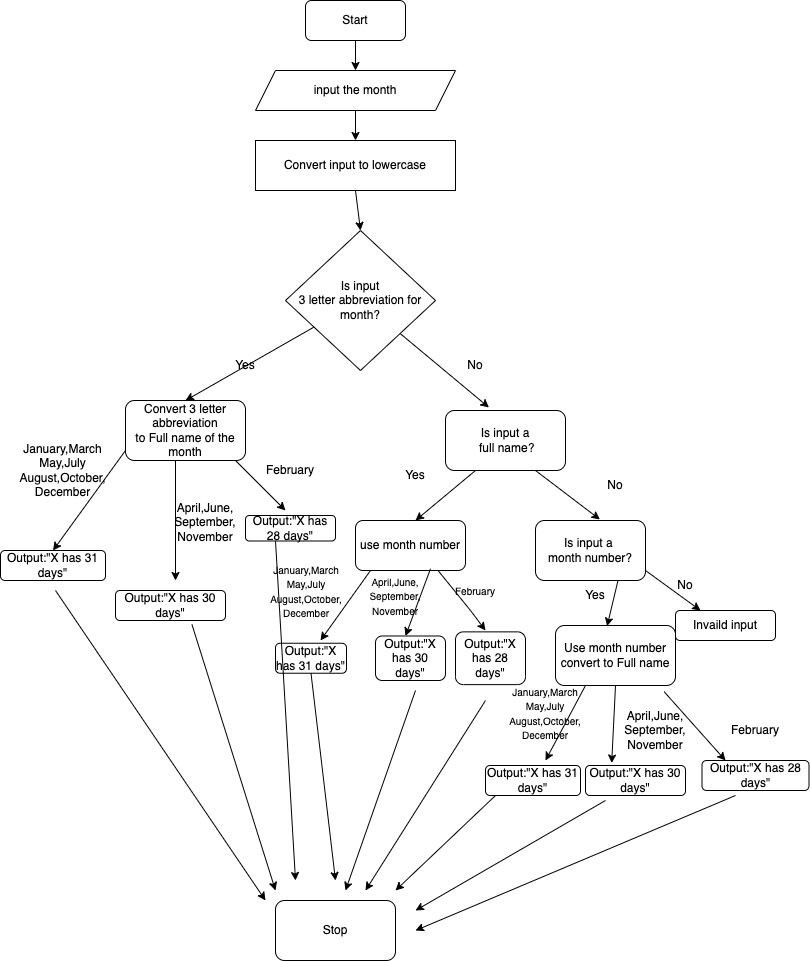
Before: NEU/Flowchart.drawio.png, a diagram exported from draw.io (thisissophiawang/coursera-course-projects). Source tidied: cells renumbered, new cells last; positions are measured from the earlier drawing's top-left corner, leaving out a move shared by most shapes.
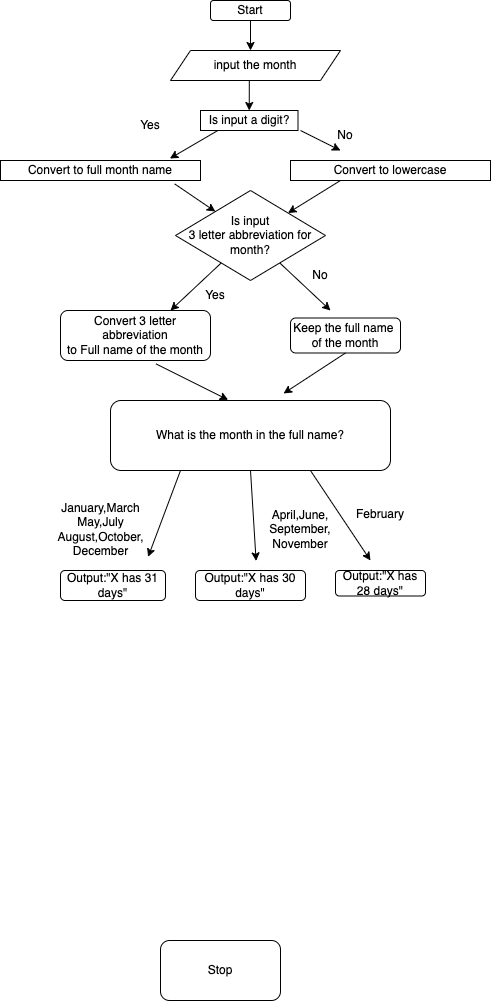
The same diagram one commit later.

The edit, as a diff of the source:
```diff
@@ -2,246 +2,122 @@
   <root>
     <mxCell id="0" />
     <mxCell id="1" parent="0" />
+    <mxCell id="64" style="edgeStyle=orthogonalEdgeStyle;rounded=0;jettySize=auto;html=1;exitX=0.5;exitY=1;exitDx=0;exitDy=0;" parent="1" edge="1" source="2">
+      <mxGeometry relative="1" as="geometry">
+        <mxPoint x="365" y="10" as="targetPoint" />
+      </mxGeometry>
+    </mxCell>
     <mxCell id="2" value="Start" style="rounded=1;whiteSpace=wrap;html=1;" parent="1" vertex="1">
-      <mxGeometry x="305" width="100" height="40" as="geometry" />
+      <mxGeometry x="325" y="-40" width="80" height="20" as="geometry" />
     </mxCell>
+    <mxCell id="65" style="edgeStyle=orthogonalEdgeStyle;rounded=0;jettySize=auto;html=1;exitX=0.5;exitY=1;exitDx=0;exitDy=0;entryX=0.5;entryY=0;entryDx=0;entryDy=0;" parent="1" edge="1" source="3" target="66">
+      <mxGeometry relative="1" as="geometry" />
+    </mxCell>
     <mxCell id="3" value="input the month" style="shape=parallelogram;perimeter=parallelogramPerimeter;whiteSpace=wrap;html=1;fixedSize=1;" parent="1" vertex="1">
-      <mxGeometry x="255" y="70" width="200" height="40" as="geometry" />
+      <mxGeometry x="285" y="10" width="170" height="30" as="geometry" />
     </mxCell>
-    <mxCell id="4" style="endArrow=classic;html=1;rounded=0;entryX=0.5;entryY=0;entryDx=0;entryDy=0;" parent="1" edge="1" source="2" target="3">
-      <mxGeometry relative="1" as="geometry" />
-    </mxCell>
-    <mxCell id="5" value="Convert input to lowercase" style="rounded=0;whiteSpace=wrap;html=1;" parent="1" vertex="1">
-      <mxGeometry x="255" y="140" width="200" height="50" as="geometry" />
-    </mxCell>
     <mxCell id="6" value="Is input &lt;br&gt;3 letter abbreviation for&lt;br&gt;month?" style="rhombus;whiteSpace=wrap;html=1;" parent="1" vertex="1">
-      <mxGeometry x="285" y="230" width="150" height="140" as="geometry" />
+      <mxGeometry x="290" y="150" width="150" height="90" as="geometry" />
     </mxCell>
-    <mxCell id="7" style="endArrow=classic;html=1;rounded=0;exitX=0.5;exitY=1;exitDx=0;exitDy=0;entryX=0.5;entryY=0;entryDx=0;entryDy=0;" parent="1" edge="1" source="3" target="5">
-      <mxGeometry relative="1" as="geometry" />
-    </mxCell>
     <mxCell id="8" value="Convert 3 letter abbreviation&lt;br&gt;to Full name of the month" style="rounded=1;whiteSpace=wrap;html=1;" parent="1" vertex="1">
-      <mxGeometry x="125" y="400" width="120" height="60" as="geometry" />
+      <mxGeometry x="175" y="270" width="150" height="50" as="geometry" />
     </mxCell>
-    <mxCell id="9" style="endArrow=classic;html=1;rounded=0;entryX=0.5;entryY=0;entryDx=0;entryDy=0;" parent="1" edge="1" source="6" target="8">
-      <mxGeometry relative="1" as="geometry" />
+    <mxCell id="9" style="endArrow=classic;html=1;rounded=0;" parent="1" edge="1" source="6">
+      <mxGeometry relative="1" as="geometry">
+        <mxPoint x="285" y="270" as="targetPoint" />
+      </mxGeometry>
     </mxCell>
     <mxCell id="10" value="Yes" style="text;html=1;strokeColor=none;fillColor=none;align=center;verticalAlign=middle;whiteSpace=wrap;rounded=0;" parent="1" vertex="1">
-      <mxGeometry x="215" y="350" width="60" height="30" as="geometry" />
+      <mxGeometry x="300" y="240" width="60" height="30" as="geometry" />
     </mxCell>
-    <mxCell id="11" value="Is input a&lt;br&gt;&amp;nbsp;full&amp;nbsp;name?" style="rounded=1;whiteSpace=wrap;html=1;" parent="1" vertex="1">
-      <mxGeometry x="445" y="410" width="120" height="60" as="geometry" />
+    <mxCell id="11" value="Keep the full name&amp;nbsp;&lt;br&gt;of the month" style="rounded=1;whiteSpace=wrap;html=1;" parent="1" vertex="1">
+      <mxGeometry x="405" y="277.5" width="110" height="35" as="geometry" />
     </mxCell>
-    <mxCell id="12" style="endArrow=classic;html=1;rounded=0;entryX=0.362;entryY=-0.05;entryDx=0;entryDy=0;entryPerimeter=0;" parent="1" edge="1" source="6" target="11">
-      <mxGeometry relative="1" as="geometry" />
+    <mxCell id="12" style="endArrow=classic;html=1;rounded=0;" parent="1" edge="1" source="6">
+      <mxGeometry relative="1" as="geometry">
+        <mxPoint x="445" y="270" as="targetPoint" />
+      </mxGeometry>
     </mxCell>
     <mxCell id="13" value="No" style="text;html=1;strokeColor=none;fillColor=none;align=center;verticalAlign=middle;whiteSpace=wrap;rounded=0;" parent="1" vertex="1">
-      <mxGeometry x="445" y="350" width="60" height="30" as="geometry" />
+      <mxGeometry x="405" y="220" width="60" height="30" as="geometry" />
     </mxCell>
-    <mxCell id="14" value="use month number" style="rounded=1;whiteSpace=wrap;html=1;" parent="1" vertex="1">
-      <mxGeometry x="355" y="520" width="110" height="50" as="geometry" />
-    </mxCell>
-    <mxCell id="15" value="Is input a&amp;nbsp;&lt;br&gt;month number?" style="rounded=1;whiteSpace=wrap;html=1;" parent="1" vertex="1">
-      <mxGeometry x="535" y="520" width="110" height="60" as="geometry" />
-    </mxCell>
-    <mxCell id="16" style="endArrow=classic;html=1;rounded=0;" parent="1" edge="1">
-      <mxGeometry relative="1" as="geometry">
-        <mxPoint x="475" y="470" as="sourcePoint" />
-        <mxPoint x="415" y="520" as="targetPoint" />
-      </mxGeometry>
-    </mxCell>
-    <mxCell id="17" style="endArrow=classic;html=1;rounded=0;entryX=0.585;entryY=-0.017;entryDx=0;entryDy=0;entryPerimeter=0;" parent="1" edge="1" target="15">
-      <mxGeometry relative="1" as="geometry">
-        <mxPoint x="535" y="470" as="sourcePoint" />
-      </mxGeometry>
-    </mxCell>
-    <mxCell id="18" style="endArrow=classic;html=1;rounded=0;exitX=0.5;exitY=1;exitDx=0;exitDy=0;entryX=0.5;entryY=0;entryDx=0;entryDy=0;" parent="1" edge="1" source="5" target="6">
-      <mxGeometry relative="1" as="geometry" />
-    </mxCell>
-    <mxCell id="19" value="Yes" style="text;html=1;strokeColor=none;fillColor=none;align=center;verticalAlign=middle;whiteSpace=wrap;rounded=0;" parent="1" vertex="1">
-      <mxGeometry x="385" y="460" width="60" height="30" as="geometry" />
-    </mxCell>
-    <mxCell id="20" value="No" style="text;html=1;strokeColor=none;fillColor=none;align=center;verticalAlign=middle;whiteSpace=wrap;rounded=0;" parent="1" vertex="1">
-      <mxGeometry x="585" y="470" width="60" height="30" as="geometry" />
-    </mxCell>
-    <mxCell id="21" value="Use month number&lt;br&gt;convert to Full name" style="rounded=1;whiteSpace=wrap;html=1;" parent="1" vertex="1">
-      <mxGeometry x="555" y="625" width="120" height="60" as="geometry" />
-    </mxCell>
-    <mxCell id="22" value="Invaild input" style="rounded=1;whiteSpace=wrap;html=1;" parent="1" vertex="1">
-      <mxGeometry x="675" y="610" width="100" height="30" as="geometry" />
-    </mxCell>
-    <mxCell id="23" style="endArrow=classic;html=1;rounded=0;entryX=0.43;entryY=0.01;entryDx=0;entryDy=0;entryPerimeter=0;exitX=0.75;exitY=1;exitDx=0;exitDy=0;" parent="1" edge="1" source="15" target="21">
-      <mxGeometry relative="1" as="geometry" />
-    </mxCell>
-    <mxCell id="24" style="endArrow=classic;html=1;rounded=0;entryX=0.25;entryY=0;entryDx=0;entryDy=0;" parent="1" edge="1" target="22">
-      <mxGeometry relative="1" as="geometry">
-        <mxPoint x="645" y="570" as="sourcePoint" />
-      </mxGeometry>
-    </mxCell>
-    <mxCell id="25" style="endArrow=classic;html=1;rounded=0;exitX=0.25;exitY=1;exitDx=0;exitDy=0;" parent="1" edge="1" source="21">
-      <mxGeometry relative="1" as="geometry">
-        <mxPoint x="545" y="760" as="targetPoint" />
-      </mxGeometry>
-    </mxCell>
-    <mxCell id="26" style="endArrow=classic;html=1;rounded=0;exitX=0.5;exitY=1;exitDx=0;exitDy=0;entryX=0.135;entryY=1.086;entryDx=0;entryDy=0;entryPerimeter=0;" parent="1" edge="1" source="21" target="43">
-      <mxGeometry relative="1" as="geometry" />
-    </mxCell>
-    <mxCell id="27" value="Output:&quot;X has 31 days&quot;" style="rounded=1;whiteSpace=wrap;html=1;" parent="1" vertex="1">
-      <mxGeometry x="485" y="765" width="95" height="30" as="geometry" />
-    </mxCell>
-    <mxCell id="28" value="Output:&quot;X has 30 days&quot;" style="rounded=1;whiteSpace=wrap;html=1;" parent="1" vertex="1">
-      <mxGeometry x="585" y="765" width="100" height="30" as="geometry" />
-    </mxCell>
-    <mxCell id="29" style="endArrow=classic;html=1;rounded=0;exitX=0.905;exitY=1.103;exitDx=0;exitDy=0;exitPerimeter=0;" parent="1" edge="1" source="21">
-      <mxGeometry relative="1" as="geometry">
-        <mxPoint x="725" y="760" as="targetPoint" />
-      </mxGeometry>
-    </mxCell>
-    <mxCell id="30" value="Output:&quot;X has 28 days&quot;" style="rounded=1;whiteSpace=wrap;html=1;" parent="1" vertex="1">
-      <mxGeometry x="701.5" y="760" width="107" height="30" as="geometry" />
-    </mxCell>
-    <mxCell id="31" value="No" style="text;html=1;strokeColor=none;fillColor=none;align=center;verticalAlign=middle;whiteSpace=wrap;rounded=0;" parent="1" vertex="1">
-      <mxGeometry x="655" y="570" width="60" height="30" as="geometry" />
-    </mxCell>
-    <mxCell id="32" value="Yes" style="text;html=1;strokeColor=none;fillColor=none;align=center;verticalAlign=middle;whiteSpace=wrap;rounded=0;" parent="1" vertex="1">
-      <mxGeometry x="565" y="580" width="60" height="30" as="geometry" />
-    </mxCell>
-    <mxCell id="33" style="endArrow=classic;html=1;rounded=0;entryX=0.5;entryY=0;entryDx=0;entryDy=0;" parent="1" edge="1" target="35">
-      <mxGeometry relative="1" as="geometry">
-        <mxPoint x="125" y="450" as="sourcePoint" />
-      </mxGeometry>
-    </mxCell>
-    <mxCell id="34" style="endArrow=classic;html=1;rounded=0;exitX=0.5;exitY=1;exitDx=0;exitDy=0;" parent="1" edge="1">
-      <mxGeometry relative="1" as="geometry">
-        <mxPoint x="175" y="460" as="sourcePoint" />
-        <mxPoint x="175" y="580" as="targetPoint" />
-      </mxGeometry>
-    </mxCell>
     <mxCell id="35" value="Output:&quot;X has 31 days&quot;" style="rounded=1;whiteSpace=wrap;html=1;" parent="1" vertex="1">
-      <mxGeometry y="550" width="105" height="30" as="geometry" />
+      <mxGeometry x="175" y="530" width="105" height="30" as="geometry" />
     </mxCell>
     <mxCell id="36" value="Output:&quot;X has 30 days&quot;" style="rounded=1;whiteSpace=wrap;html=1;" parent="1" vertex="1">
-      <mxGeometry x="115" y="590" width="110" height="30" as="geometry" />
+      <mxGeometry x="310" y="530" width="110" height="30" as="geometry" />
     </mxCell>
     <mxCell id="37" value="April,June,&lt;br&gt;September,&lt;br&gt;November" style="text;html=1;strokeColor=none;fillColor=none;align=center;verticalAlign=middle;whiteSpace=wrap;rounded=0;" parent="1" vertex="1">
-      <mxGeometry x="145" y="494.5" width="120" height="55.5" as="geometry" />
+      <mxGeometry x="355" y="461.2" width="120" height="55.5" as="geometry" />
     </mxCell>
     <mxCell id="38" value="January,March&lt;br&gt;May,July&lt;br&gt;August,October,&lt;br&gt;December" style="text;html=1;strokeColor=none;fillColor=none;align=center;verticalAlign=middle;whiteSpace=wrap;rounded=0;" parent="1" vertex="1">
-      <mxGeometry x="5" y="440" width="115" height="60" as="geometry" />
+      <mxGeometry x="157.5" y="459" width="115" height="60" as="geometry" />
     </mxCell>
     <mxCell id="39" value="Output:&quot;X has 28 days&quot;" style="rounded=1;whiteSpace=wrap;html=1;" parent="1" vertex="1">
-      <mxGeometry x="245" y="515" width="90" height="25.5" as="geometry" />
+      <mxGeometry x="450" y="530" width="90" height="25.5" as="geometry" />
     </mxCell>
-    <mxCell id="40" style="endArrow=classic;html=1;rounded=0;" parent="1" edge="1">
+    <mxCell id="40" style="endArrow=classic;html=1;rounded=0;exitX=0.714;exitY=1;exitDx=0;exitDy=0;exitPerimeter=0;" parent="1" edge="1" source="75">
       <mxGeometry relative="1" as="geometry">
-        <mxPoint x="235" y="460" as="sourcePoint" />
-        <mxPoint x="285" y="510" as="targetPoint" />
+        <mxPoint x="485" y="520" as="targetPoint" />
       </mxGeometry>
     </mxCell>
-    <mxCell id="41" value="&lt;font style=&quot;font-size: 10px;&quot;&gt;February&lt;/font&gt;" style="text;html=1;strokeColor=none;fillColor=none;align=center;verticalAlign=middle;whiteSpace=wrap;rounded=0;" parent="1" vertex="1">
-      <mxGeometry x="445" y="575.7" width="60" height="30" as="geometry" />
-    </mxCell>
-    <mxCell id="42" value="&lt;font style=&quot;font-size: 10px;&quot;&gt;January,March&lt;br&gt;May,July&lt;br&gt;August,October,&lt;br&gt;December&lt;/font&gt;" style="text;html=1;strokeColor=none;fillColor=none;align=center;verticalAlign=middle;whiteSpace=wrap;rounded=0;" parent="1" vertex="1">
-      <mxGeometry x="495" y="690" width="100" height="45" as="geometry" />
-    </mxCell>
-    <mxCell id="43" value="April,June,&lt;br&gt;September,&lt;br&gt;November" style="text;html=1;strokeColor=none;fillColor=none;align=center;verticalAlign=middle;whiteSpace=wrap;rounded=0;" parent="1" vertex="1">
-      <mxGeometry x="595" y="702.2" width="120" height="55.5" as="geometry" />
-    </mxCell>
-    <mxCell id="44" value="February" style="text;html=1;strokeColor=none;fillColor=none;align=center;verticalAlign=middle;whiteSpace=wrap;rounded=0;" parent="1" vertex="1">
-      <mxGeometry x="725" y="715" width="60" height="30" as="geometry" />
-    </mxCell>
-    <mxCell id="45" value="Output:&quot;X has 28 days&quot;" style="rounded=1;whiteSpace=wrap;html=1;" parent="1" vertex="1">
-      <mxGeometry x="455" y="631.4" width="70" height="52.8" as="geometry" />
-    </mxCell>
-    <mxCell id="46" style="endArrow=classic;html=1;rounded=0;exitX=0.75;exitY=1;exitDx=0;exitDy=0;" parent="1" edge="1" source="14">
-      <mxGeometry relative="1" as="geometry">
-        <mxPoint x="485" y="630" as="targetPoint" />
-        <Array as="points">
-          <mxPoint x="470" y="610" />
-        </Array>
-      </mxGeometry>
-    </mxCell>
-    <mxCell id="47" value="Output:&quot;X has 30 days&quot;" style="rounded=1;whiteSpace=wrap;html=1;" parent="1" vertex="1">
-      <mxGeometry x="375" y="635.5" width="70" height="44.5" as="geometry" />
-    </mxCell>
-    <mxCell id="48" style="endArrow=classic;html=1;rounded=0;exitX=0.5;exitY=1;exitDx=0;exitDy=0;" parent="1" edge="1">
-      <mxGeometry relative="1" as="geometry">
-        <mxPoint x="430" y="568.2" as="sourcePoint" />
-        <mxPoint x="405" y="635.5" as="targetPoint" />
-      </mxGeometry>
-    </mxCell>
-    <mxCell id="49" value="&lt;font style=&quot;font-size: 10px;&quot;&gt;April,June,&lt;br&gt;September,&lt;br&gt;November&lt;/font&gt;" style="text;html=1;strokeColor=none;fillColor=none;align=center;verticalAlign=middle;whiteSpace=wrap;rounded=0;" parent="1" vertex="1">
-      <mxGeometry x="360" y="580" width="70" height="31.4" as="geometry" />
-    </mxCell>
-    <mxCell id="50" value="Output:&quot;X has 31 days&quot;" style="rounded=1;whiteSpace=wrap;html=1;" parent="1" vertex="1">
-      <mxGeometry x="275" y="642.7" width="71" height="30" as="geometry" />
-    </mxCell>
-    <mxCell id="51" value="&lt;font style=&quot;font-size: 10px;&quot;&gt;January,March&lt;br&gt;May,July&lt;br&gt;August,October,&lt;br&gt;December&lt;/font&gt;" style="text;html=1;strokeColor=none;fillColor=none;align=center;verticalAlign=middle;whiteSpace=wrap;rounded=0;" parent="1" vertex="1">
-      <mxGeometry x="265" y="570" width="82" height="41.4" as="geometry" />
-    </mxCell>
-    <mxCell id="52" style="endArrow=classic;html=1;rounded=0;" parent="1" edge="1">
-      <mxGeometry relative="1" as="geometry">
-        <mxPoint x="370" y="570" as="sourcePoint" />
-        <mxPoint x="320" y="640" as="targetPoint" />
-      </mxGeometry>
-    </mxCell>
     <mxCell id="53" value="Stop" style="rounded=1;whiteSpace=wrap;html=1;" parent="1" vertex="1">
       <mxGeometry x="275" y="900" width="120" height="60" as="geometry" />
     </mxCell>
     <mxCell id="54" value="February" style="text;html=1;strokeColor=none;fillColor=none;align=center;verticalAlign=middle;whiteSpace=wrap;rounded=0;" parent="1" vertex="1">
-      <mxGeometry x="260" y="455" width="60" height="30" as="geometry" />
+      <mxGeometry x="465" y="459" width="60" height="30" as="geometry" />
     </mxCell>
-    <mxCell id="55" style="endArrow=classic;html=1;rounded=0;" parent="1" edge="1">
-      <mxGeometry relative="1" as="geometry">
-        <mxPoint x="55" y="590" as="sourcePoint" />
-        <mxPoint x="265" y="900" as="targetPoint" />
-      </mxGeometry>
-    </mxCell>
-    <mxCell id="56" style="endArrow=classic;html=1;rounded=0;exitX=0.695;exitY=1.133;exitDx=0;exitDy=0;exitPerimeter=0;" parent="1" edge="1" source="36">
-      <mxGeometry relative="1" as="geometry">
-        <mxPoint x="275" y="890" as="targetPoint" />
-      </mxGeometry>
-    </mxCell>
-    <mxCell id="57" style="endArrow=classic;html=1;rounded=0;exitX=0.5;exitY=1;exitDx=0;exitDy=0;" parent="1" edge="1" source="50">
-      <mxGeometry relative="1" as="geometry">
-        <mxPoint x="335" y="880" as="targetPoint" />
-      </mxGeometry>
-    </mxCell>
-    <mxCell id="58" style="endArrow=classic;html=1;rounded=0;" parent="1" edge="1">
-      <mxGeometry relative="1" as="geometry">
-        <mxPoint x="275" y="540.5" as="sourcePoint" />
-        <mxPoint x="295" y="880" as="targetPoint" />
-      </mxGeometry>
-    </mxCell>
-    <mxCell id="59" style="endArrow=classic;html=1;rounded=0;" parent="1" edge="1">
-      <mxGeometry relative="1" as="geometry">
-        <mxPoint x="415" y="690" as="sourcePoint" />
-        <mxPoint x="345" y="890" as="targetPoint" />
-      </mxGeometry>
-    </mxCell>
-    <mxCell id="60" style="endArrow=classic;html=1;rounded=0;" parent="1" edge="1">
-      <mxGeometry relative="1" as="geometry">
-        <mxPoint x="485" y="700" as="sourcePoint" />
-        <mxPoint x="365" y="890" as="targetPoint" />
-      </mxGeometry>
-    </mxCell>
-    <mxCell id="61" style="endArrow=classic;html=1;rounded=0;" parent="1" edge="1">
-      <mxGeometry relative="1" as="geometry">
-        <mxPoint x="495" y="795" as="sourcePoint" />
-        <mxPoint x="395" y="890" as="targetPoint" />
-      </mxGeometry>
-    </mxCell>
-    <mxCell id="62" style="endArrow=classic;html=1;rounded=0;" parent="1" edge="1">
-      <mxGeometry relative="1" as="geometry">
-        <mxPoint x="605" y="800" as="sourcePoint" />
-        <mxPoint x="415" y="910" as="targetPoint" />
-      </mxGeometry>
-    </mxCell>
-    <mxCell id="63" style="endArrow=classic;html=1;rounded=0;" parent="1" edge="1">
-      <mxGeometry relative="1" as="geometry">
-        <mxPoint x="735" y="795" as="sourcePoint" />
-        <mxPoint x="415" y="930" as="targetPoint" />
-      </mxGeometry>
-    </mxCell>
+    <mxCell id="66" value="Is input a digit?" style="rounded=0;whiteSpace=wrap;html=1;" parent="1" vertex="1">
+      <mxGeometry x="315" y="70" width="97.5" height="20" as="geometry" />
+    </mxCell>
+    <mxCell id="67" value="Convert to full month name" style="rounded=0;whiteSpace=wrap;html=1;" parent="1" vertex="1">
+      <mxGeometry x="115" y="120" width="200" height="20" as="geometry" />
+    </mxCell>
+    <mxCell id="68" value="Convert to lowercase" style="rounded=0;whiteSpace=wrap;html=1;" parent="1" vertex="1">
+      <mxGeometry x="405" y="120" width="200" height="20" as="geometry" />
+    </mxCell>
+    <mxCell id="69" style="endArrow=classic;html=1;rounded=0;entryX=0.847;entryY=-0.1;entryDx=0;entryDy=0;entryPerimeter=0;exitX=0.178;exitY=1;exitDx=0;exitDy=0;exitPerimeter=0;" parent="1" edge="1" source="66" target="67">
+      <mxGeometry relative="1" as="geometry" />
+    </mxCell>
+    <mxCell id="70" style="endArrow=classic;html=1;rounded=0;" parent="1" edge="1">
+      <mxGeometry relative="1" as="geometry">
+        <mxPoint x="415" y="90" as="sourcePoint" />
+        <mxPoint x="455" y="110" as="targetPoint" />
+        <Array as="points">
+          <mxPoint x="435" y="100" />
+        </Array>
+      </mxGeometry>
+    </mxCell>
+    <mxCell id="71" value="Yes" style="text;html=1;strokeColor=none;fillColor=none;align=center;verticalAlign=middle;whiteSpace=wrap;rounded=0;" parent="1" vertex="1">
+      <mxGeometry x="235" y="70" width="60" height="30" as="geometry" />
+    </mxCell>
+    <mxCell id="72" value="No" style="text;html=1;strokeColor=none;fillColor=none;align=center;verticalAlign=middle;whiteSpace=wrap;rounded=0;" parent="1" vertex="1">
+      <mxGeometry x="430" y="80" width="60" height="30" as="geometry" />
+    </mxCell>
+    <mxCell id="73" style="endArrow=classic;html=1;rounded=0;exitX=0.871;exitY=1.17;exitDx=0;exitDy=0;exitPerimeter=0;" parent="1" edge="1" source="67" target="6">
+      <mxGeometry relative="1" as="geometry" />
+    </mxCell>
+    <mxCell id="74" style="endArrow=classic;html=1;rounded=0;entryX=1;entryY=0;entryDx=0;entryDy=0;" parent="1" edge="1" target="6">
+      <mxGeometry relative="1" as="geometry">
+        <mxPoint x="455" y="140" as="sourcePoint" />
+      </mxGeometry>
+    </mxCell>
+    <mxCell id="75" value="What is the month in the full name?" style="rounded=1;whiteSpace=wrap;html=1;" parent="1" vertex="1">
+      <mxGeometry x="225" y="360" width="280" height="70" as="geometry" />
+    </mxCell>
+    <mxCell id="76" style="endArrow=classic;html=1;rounded=0;exitX=0.5;exitY=1;exitDx=0;exitDy=0;entryX=0.13;entryY=1.066;entryDx=0;entryDy=0;entryPerimeter=0;" parent="1" edge="1" source="75" target="37">
+      <mxGeometry relative="1" as="geometry" />
+    </mxCell>
+    <mxCell id="77" style="endArrow=classic;html=1;rounded=0;entryX=0.914;entryY=0.957;entryDx=0;entryDy=0;entryPerimeter=0;exitX=0.25;exitY=1;exitDx=0;exitDy=0;" parent="1" edge="1" source="75" target="38">
+      <mxGeometry relative="1" as="geometry" />
+    </mxCell>
+    <mxCell id="78" style="endArrow=classic;html=1;rounded=0;exitX=0.637;exitY=1.068;exitDx=0;exitDy=0;exitPerimeter=0;entryX=0.42;entryY=-0.009;entryDx=0;entryDy=0;entryPerimeter=0;" parent="1" edge="1" source="8" target="75">
+      <mxGeometry relative="1" as="geometry" />
+    </mxCell>
+    <mxCell id="79" style="endArrow=classic;html=1;rounded=0;entryX=1;entryY=0;entryDx=0;entryDy=0;exitX=0.5;exitY=1;exitDx=0;exitDy=0;" parent="1" edge="1" source="11">
+      <mxGeometry relative="1" as="geometry">
+        <mxPoint x="398" y="353" as="targetPoint" />
+      </mxGeometry>
+    </mxCell>
   </root>
 </mxGraphModel>
```
